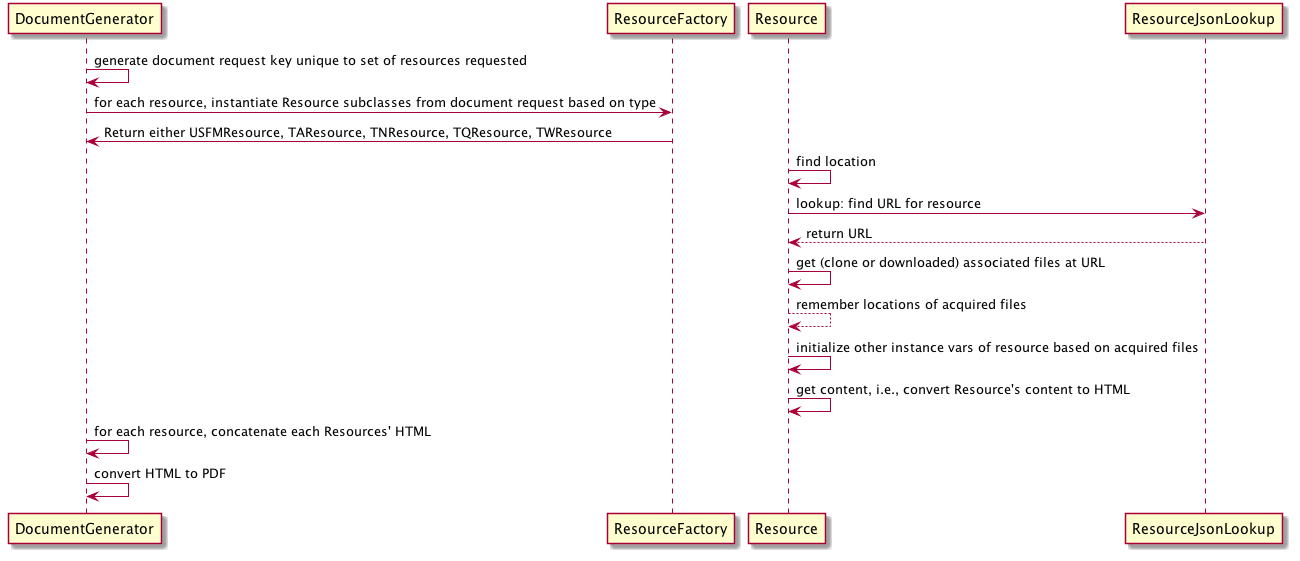
This is design_notes/wa_design_sequence_diagram2.png from wkelly17/DOC, a PlantUML export, as it was before one commit.
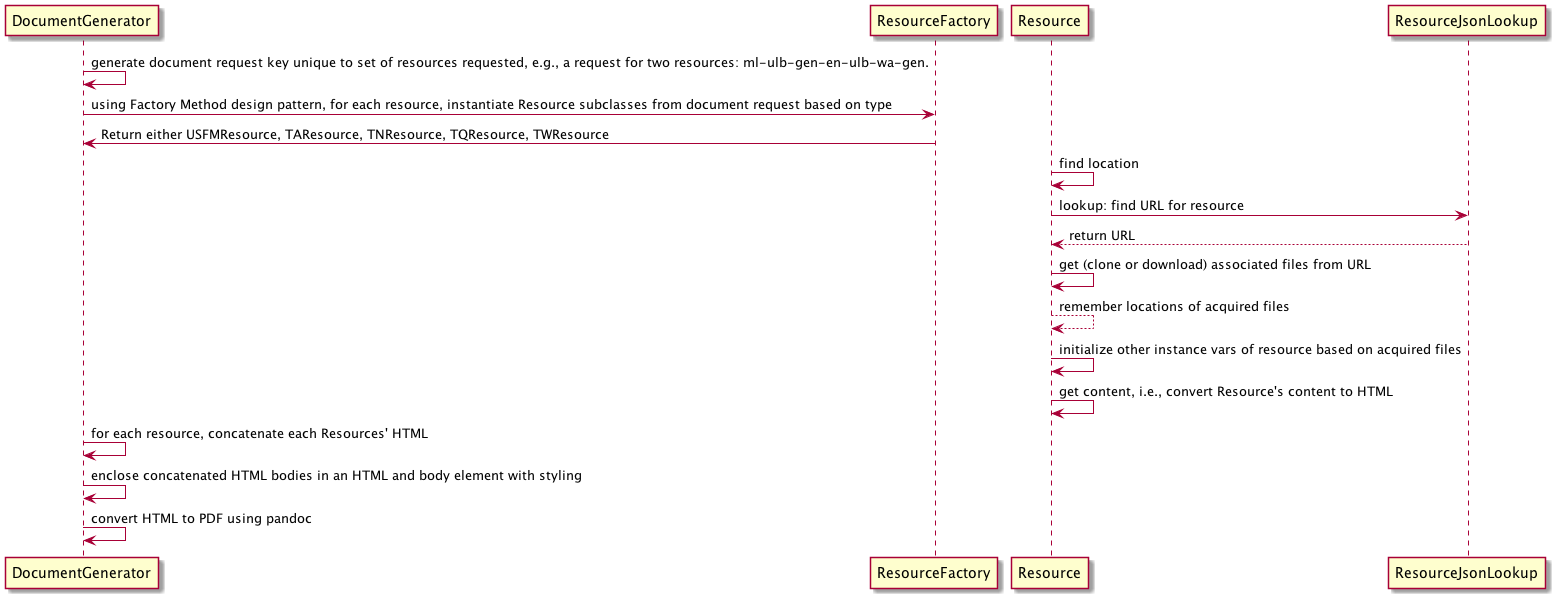
The same diagram one commit later.

Commit message:
Update design document

What changed in the source:
```diff
@@ -1,14 +1,15 @@
 @startuml
-DocumentGenerator -> DocumentGenerator: generate document request key unique to set of resources requested
-DocumentGenerator -> ResourceFactory: for each resource, instantiate Resource subclasses from document request based on type
+DocumentGenerator -> DocumentGenerator: generate document request key unique to set of resources requested, e.g., a request for two resources: ml-ulb-gen-en-ulb-wa-gen.
+DocumentGenerator -> ResourceFactory: using Factory Method design pattern, for each resource, instantiate Resource subclasses from document request based on type
 DocumentGenerator <- ResourceFactory: Return either USFMResource, TAResource, TNResource, TQResource, TWResource
 Resource ->  Resource: find location
 Resource ->  ResourceJsonLookup: lookup: find URL for resource
 Resource <-- ResourceJsonLookup: return URL
-Resource ->  Resource: get (clone or downloaded) associated files at URL
+Resource ->  Resource: get (clone or download) associated files from URL
 Resource <-- Resource: remember locations of acquired files
 Resource -> Resource: initialize other instance vars of resource based on acquired files
 Resource -> Resource: get content, i.e., convert Resource's content to HTML
 DocumentGenerator -> DocumentGenerator: for each resource, concatenate each Resources' HTML
-DocumentGenerator -> DocumentGenerator: convert HTML to PDF
+DocumentGenerator -> DocumentGenerator: enclose concatenated HTML bodies in an HTML and body element with styling
+DocumentGenerator -> DocumentGenerator: convert HTML to PDF using pandoc
 @enduml
```
